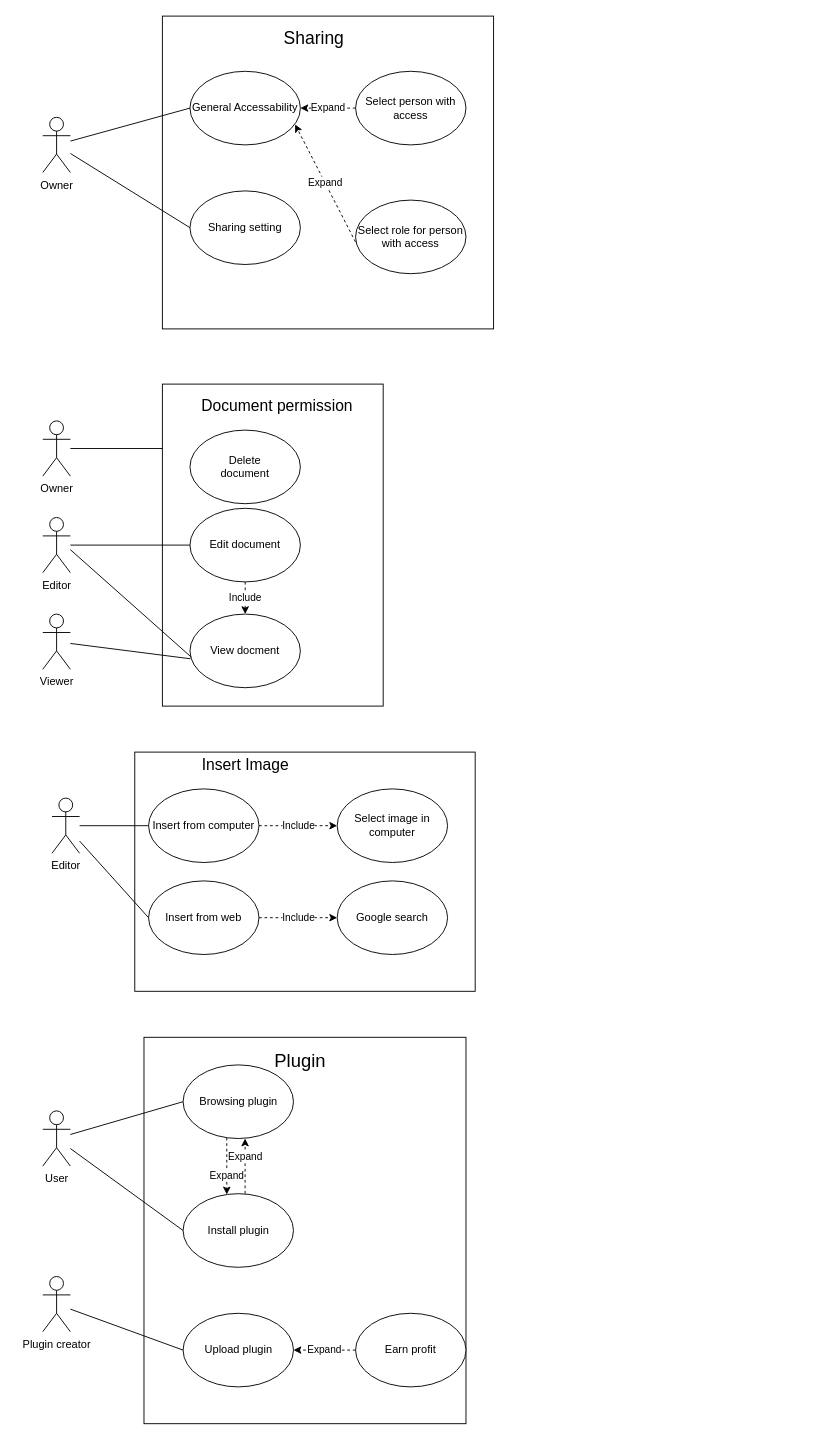
Before: docs.google.com.drawio in Keny7503/draw.io, a draw.io diagram. Source tidied: cells renumbered, new cells numbered last; positions are measured from the earlier drawing's top-left corner, leaving out a move shared by most shapes. Both pictures are drawn from the tidied source at 92%, with x=0, y=0 at pixel (42, 16).
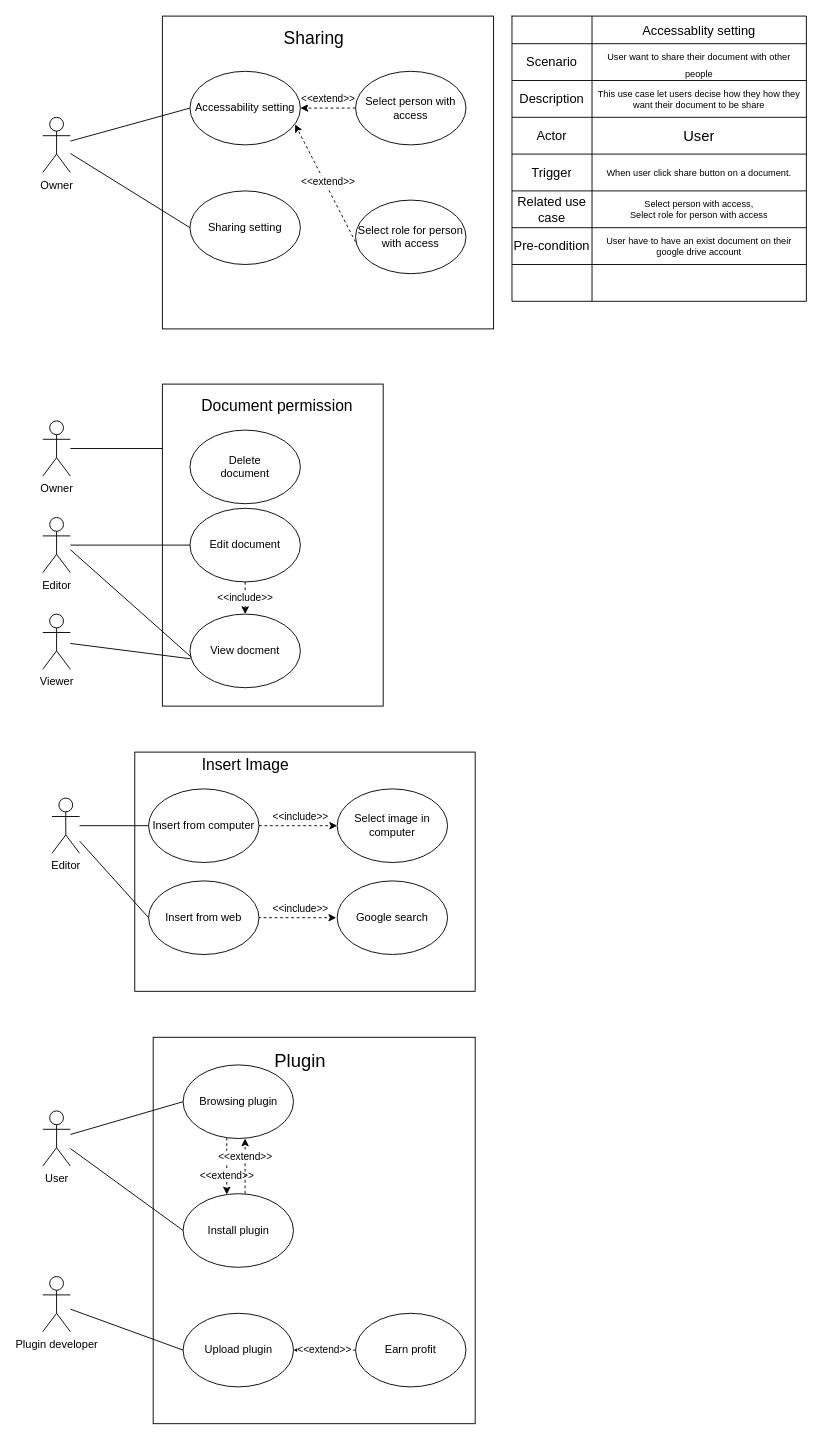
After the change.

The change refers to these unchanged cells:
```xml
<mxCell id="6" value="Select person with access" style="ellipse;whiteSpace=wrap;html=1;" parent="1" vertex="1">
  <mxGeometry x="340" y="60" width="120" height="80" as="geometry" />
</mxCell>
<mxCell id="12" value="Select role for person with access" style="ellipse;whiteSpace=wrap;html=1;" parent="1" vertex="1">
  <mxGeometry x="340" y="200" width="120" height="80" as="geometry" />
</mxCell>
<mxCell id="20" value="Edit document" style="ellipse;whiteSpace=wrap;html=1;" parent="1" vertex="1">
  <mxGeometry x="160" y="535" width="120" height="80" as="geometry" />
</mxCell>
<mxCell id="21" value="View docment" style="ellipse;whiteSpace=wrap;html=1;" parent="1" vertex="1">
  <mxGeometry x="160" y="650" width="120" height="80" as="geometry" />
</mxCell>
<mxCell id="30" value="Insert from computer" style="ellipse;whiteSpace=wrap;html=1;" parent="1" vertex="1">
  <mxGeometry x="115" y="840" width="120" height="80" as="geometry" />
</mxCell>
<mxCell id="31" value="Select image in computer" style="ellipse;whiteSpace=wrap;html=1;" parent="1" vertex="1">
  <mxGeometry x="320" y="840" width="120" height="80" as="geometry" />
</mxCell>
<mxCell id="33" value="Insert from web" style="ellipse;whiteSpace=wrap;html=1;" parent="1" vertex="1">
  <mxGeometry x="115" y="940" width="120" height="80" as="geometry" />
</mxCell>
<mxCell id="34" value="Google search" style="ellipse;whiteSpace=wrap;html=1;" parent="1" vertex="1">
  <mxGeometry x="320" y="940" width="120" height="80" as="geometry" />
</mxCell>
<mxCell id="41" value="Browsing plugin" style="ellipse;whiteSpace=wrap;html=1;" parent="1" vertex="1">
  <mxGeometry x="152.5" y="1140" width="120" height="80" as="geometry" />
</mxCell>
<mxCell id="43" value="Install plugin" style="ellipse;whiteSpace=wrap;html=1;" parent="1" vertex="1">
  <mxGeometry x="152.5" y="1280" width="120" height="80" as="geometry" />
</mxCell>
<mxCell id="45" value="Upload plugin" style="ellipse;whiteSpace=wrap;html=1;" parent="1" vertex="1">
  <mxGeometry x="152.5" y="1410" width="120" height="80" as="geometry" />
</mxCell>
<mxCell id="47" value="Earn profit" style="ellipse;whiteSpace=wrap;html=1;" parent="1" vertex="1">
  <mxGeometry x="340" y="1410" width="120" height="80" as="geometry" />
</mxCell>
```

Diff of the diagram source:
```diff
@@
-    <mxCell id="4" value="&lt;div&gt;General Accessability&lt;/div&gt;" style="ellipse;whiteSpace=wrap;html=1;" parent="1" vertex="1">
+    <mxCell id="4" value="&lt;div&gt;Accessability setting&lt;br&gt;&lt;/div&gt;" style="ellipse;whiteSpace=wrap;html=1;" parent="1" vertex="1">
       <mxGeometry x="160" y="60" width="120" height="80" as="geometry" />
     </mxCell>
-    <mxCell id="5" value="Expand" style="edgeStyle=orthogonalEdgeStyle;rounded=0;jettySize=auto;html=1;dashed=1;" parent="1" edge="1" source="6" target="4">
-      <mxGeometry relative="1" as="geometry" />
+    <mxCell id="5" value="&amp;lt;&amp;lt;extend&amp;gt;&amp;gt;" style="edgeStyle=orthogonalEdgeStyle;rounded=0;jettySize=auto;html=1;dashed=1;" parent="1" edge="1" source="6" target="4">
+      <mxGeometry y="-10" relative="1" as="geometry" />
     </mxCell>
@@
-    <mxCell id="13" value="Expand" style="endArrow=classic;html=1;rounded=0;exitX=-0.001;exitY=0.568;exitDx=0;exitDy=0;exitPerimeter=0;entryX=0.952;entryY=0.722;entryDx=0;entryDy=0;entryPerimeter=0;dashed=1;" parent="1" edge="1" source="12" target="4">
-      <mxGeometry relative="1" as="geometry" />
+    <mxCell id="13" value="&amp;lt;&amp;lt;extend&amp;gt;&amp;gt;" style="endArrow=classic;html=1;rounded=0;exitX=-0.001;exitY=0.568;exitDx=0;exitDy=0;exitPerimeter=0;entryX=0.952;entryY=0.722;entryDx=0;entryDy=0;entryPerimeter=0;dashed=1;" parent="1" edge="1" source="12" target="4">
+      <mxGeometry y="-3" relative="1" as="geometry" />
     </mxCell>
@@
-    <mxCell id="19" value="Include" style="edgeStyle=orthogonalEdgeStyle;rounded=0;jettySize=auto;html=1;dashed=1;" parent="1" edge="1" source="20" target="21">
+    <mxCell id="19" value="&amp;lt;&amp;lt;include&amp;gt;&amp;gt;" style="edgeStyle=orthogonalEdgeStyle;rounded=0;jettySize=auto;html=1;dashed=1;" parent="1" edge="1" source="20" target="21">
       <mxGeometry relative="1" as="geometry" />
     </mxCell>
@@
-    <mxCell id="29" value="Include" style="edgeStyle=orthogonalEdgeStyle;rounded=0;jettySize=auto;html=1;entryX=0;entryY=0.5;entryDx=0;entryDy=0;dashed=1;" parent="1" edge="1" source="30" target="31">
-      <mxGeometry relative="1" as="geometry" />
+    <mxCell id="29" value="&amp;lt;&amp;lt;include&amp;gt;&amp;gt;" style="edgeStyle=orthogonalEdgeStyle;rounded=0;jettySize=auto;html=1;entryX=0;entryY=0.5;entryDx=0;entryDy=0;dashed=1;" parent="1" edge="1" source="30" target="31">
+      <mxGeometry x="0.06" y="10" relative="1" as="geometry" />
     </mxCell>
@@
-    <mxCell id="32" value="Include" style="edgeStyle=orthogonalEdgeStyle;rounded=0;jettySize=auto;html=1;dashed=1;" parent="1" edge="1" source="33" target="34">
-      <mxGeometry relative="1" as="geometry" />
+    <mxCell id="32" value="&amp;lt;&amp;lt;include&amp;gt;&amp;gt;" style="edgeStyle=orthogonalEdgeStyle;rounded=0;orthogonalLoop=1;jettySize=auto;html=1;dashed=1;" parent="1" edge="1">
+      <mxGeometry x="0.08" y="10" relative="1" as="geometry">
+        <mxPoint x="234" y="980" as="sourcePoint" />
+        <mxPoint x="319" y="980" as="targetPoint" />
+      </mxGeometry>
     </mxCell>
@@
     <mxCell id="37" style="rounded=0;whiteSpace=wrap;html=1;" parent="1" vertex="1">
-      <mxGeometry x="110" y="1110" width="350" height="420" as="geometry" />
+      <mxGeometry x="120" y="1110" width="350" height="420" as="geometry" />
     </mxCell>
@@
-    <mxCell id="40" value="Expand" style="edgeStyle=orthogonalEdgeStyle;rounded=0;jettySize=auto;html=1;dashed=1;" parent="1" edge="1" source="41" target="43">
+    <mxCell id="40" value="&amp;lt;&amp;lt;extend&amp;gt;&amp;gt;" style="edgeStyle=orthogonalEdgeStyle;rounded=0;jettySize=auto;html=1;dashed=1;" parent="1" edge="1" source="41" target="43">
       <mxGeometry x="0.32" relative="1" as="geometry">
         <Array as="points">
           <mxPoint x="200" y="1250" />
           <mxPoint x="200" y="1250" />
         </Array>
       </mxGeometry>
     </mxCell>
@@
-    <mxCell id="42" value="Expand" style="edgeStyle=orthogonalEdgeStyle;rounded=0;orthogonalLoop=1;jettySize=auto;html=1;entryX=0.5;entryY=1;entryDx=0;entryDy=0;dashed=1;" parent="1" edge="1">
+    <mxCell id="42" value="&amp;lt;&amp;lt;extend&amp;gt;&amp;gt;" style="edgeStyle=orthogonalEdgeStyle;rounded=0;orthogonalLoop=1;jettySize=auto;html=1;entryX=0.5;entryY=1;entryDx=0;entryDy=0;dashed=1;" parent="1" edge="1">
       <mxGeometry x="0.33" relative="1" as="geometry">
         <mxPoint x="219.9" y="1280" as="sourcePoint" />
         <mxPoint x="219.9" y="1220" as="targetPoint" />
       </mxGeometry>
     </mxCell>
@@
-    <mxCell id="44" value="Plugin creator" style="shape=umlActor;verticalLabelPosition=bottom;verticalAlign=top;html=1;outlineConnect=0;" parent="1" vertex="1">
+    <mxCell id="44" value="Plugin developer" style="shape=umlActor;verticalLabelPosition=bottom;verticalAlign=top;html=1;outlineConnect=0;" parent="1" vertex="1">
       <mxGeometry y="1370" width="30" height="60" as="geometry" />
     </mxCell>
@@
-    <mxCell id="46" value="Expand" style="edgeStyle=orthogonalEdgeStyle;rounded=0;jettySize=auto;html=1;dashed=1;" parent="1" edge="1" source="47" target="45">
+    <mxCell id="46" value="&amp;lt;&amp;lt;extend&amp;gt;&amp;gt;" style="edgeStyle=orthogonalEdgeStyle;rounded=0;jettySize=auto;html=1;dashed=1;" parent="1" edge="1" source="47" target="45">
       <mxGeometry relative="1" as="geometry" />
     </mxCell>
@@
+    <mxCell id="51" style="shape=table;startSize=0;childLayout=tableLayout;fontSize=12;" parent="1" vertex="1">
+      <mxGeometry x="510" width="320" height="310" as="geometry" />
+    </mxCell>
+    <mxCell id="52" style="shape=tableRow;horizontal=0;startSize=0;swimlaneHead=0;swimlaneBody=0;strokeColor=inherit;top=0;left=0;bottom=0;right=0;fillColor=none;fontSize=16;" parent="51" vertex="1">
+      <mxGeometry width="320" height="30" as="geometry" />
+    </mxCell>
+    <mxCell id="53" style="shape=partialRectangle;html=1;whiteSpace=wrap;strokeColor=inherit;overflow=hidden;fillColor=none;top=0;left=0;bottom=0;right=0;fontSize=14;" parent="52" vertex="1">
+      <mxGeometry width="87" height="30" as="geometry" />
+    </mxCell>
+    <mxCell id="54" value="&lt;font style=&quot;font-size: 14px;&quot;&gt;Accessablity setting&lt;br&gt;&lt;/font&gt;" style="shape=partialRectangle;html=1;whiteSpace=wrap;strokeColor=inherit;overflow=hidden;fillColor=none;top=0;left=0;bottom=0;right=0;fontSize=16;" parent="52" vertex="1">
+      <mxGeometry x="87" width="233" height="30" as="geometry" />
+    </mxCell>
+    <mxCell id="55" style="shape=tableRow;horizontal=0;startSize=0;swimlaneHead=0;swimlaneBody=0;strokeColor=inherit;top=0;left=0;bottom=0;right=0;fillColor=none;fontSize=16;" parent="51" vertex="1">
+      <mxGeometry y="30" width="320" height="40" as="geometry" />
+    </mxCell>
+    <mxCell id="56" value="Scenario" style="shape=partialRectangle;html=1;whiteSpace=wrap;strokeColor=inherit;overflow=hidden;fillColor=none;top=0;left=0;bottom=0;right=0;fontSize=14;" parent="55" vertex="1">
+      <mxGeometry width="87" height="40" as="geometry" />
+    </mxCell>
+    <mxCell id="57" value="&lt;font size=&quot;1&quot;&gt;User want to share their document with other people&lt;br&gt;&lt;/font&gt;" style="shape=partialRectangle;html=1;whiteSpace=wrap;strokeColor=inherit;overflow=hidden;fillColor=none;top=0;left=0;bottom=0;right=0;fontSize=16;" parent="55" vertex="1">
+      <mxGeometry x="87" width="233" height="40" as="geometry" />
+    </mxCell>
+    <mxCell id="58" style="shape=tableRow;horizontal=0;startSize=0;swimlaneHead=0;swimlaneBody=0;strokeColor=inherit;top=0;left=0;bottom=0;right=0;fillColor=none;fontSize=16;" parent="51" vertex="1">
+      <mxGeometry y="70" width="320" height="40" as="geometry" />
+    </mxCell>
+    <mxCell id="59" value="Description" style="shape=partialRectangle;html=1;whiteSpace=wrap;strokeColor=inherit;overflow=hidden;fillColor=none;top=0;left=0;bottom=0;right=0;fontSize=14;" parent="58" vertex="1">
+      <mxGeometry width="87" height="40" as="geometry" />
+    </mxCell>
+    <mxCell id="60" value="This use case let users decise how they how they want their document to be share" style="shape=partialRectangle;html=1;whiteSpace=wrap;strokeColor=inherit;overflow=hidden;fillColor=none;top=0;left=0;bottom=0;right=0;fontSize=10;" parent="58" vertex="1">
+      <mxGeometry x="87" width="233" height="40" as="geometry" />
+    </mxCell>
+    <mxCell id="61" style="shape=tableRow;horizontal=0;startSize=0;swimlaneHead=0;swimlaneBody=0;strokeColor=inherit;top=0;left=0;bottom=0;right=0;fillColor=none;fontSize=16;" parent="51" vertex="1">
+      <mxGeometry y="110" width="320" height="40" as="geometry" />
+    </mxCell>
+    <mxCell id="62" value="Actor" style="shape=partialRectangle;html=1;whiteSpace=wrap;strokeColor=inherit;overflow=hidden;fillColor=none;top=0;left=0;bottom=0;right=0;fontSize=14;" parent="61" vertex="1">
+      <mxGeometry width="87" height="40" as="geometry" />
+    </mxCell>
+    <mxCell id="63" value="User" style="shape=partialRectangle;html=1;whiteSpace=wrap;strokeColor=inherit;overflow=hidden;fillColor=none;top=0;left=0;bottom=0;right=0;fontSize=16;" parent="61" vertex="1">
+      <mxGeometry x="87" width="233" height="40" as="geometry" />
+    </mxCell>
+    <mxCell id="64" style="shape=tableRow;horizontal=0;startSize=0;swimlaneHead=0;swimlaneBody=0;strokeColor=inherit;top=0;left=0;bottom=0;right=0;fillColor=none;fontSize=16;" parent="51" vertex="1">
+      <mxGeometry y="150" width="320" height="40" as="geometry" />
+    </mxCell>
+    <mxCell id="65" value="Trigger" style="shape=partialRectangle;html=1;whiteSpace=wrap;strokeColor=inherit;overflow=hidden;fillColor=none;top=0;left=0;bottom=0;right=0;fontSize=14;" parent="64" vertex="1">
+      <mxGeometry width="87" height="40" as="geometry" />
+    </mxCell>
+    <mxCell id="66" value="When user click share button on a document." style="shape=partialRectangle;html=1;whiteSpace=wrap;strokeColor=inherit;overflow=hidden;fillColor=none;top=0;left=0;bottom=0;right=0;fontSize=10;" parent="64" vertex="1">
+      <mxGeometry x="87" width="233" height="40" as="geometry" />
+    </mxCell>
+    <mxCell id="67" style="shape=tableRow;horizontal=0;startSize=0;swimlaneHead=0;swimlaneBody=0;strokeColor=inherit;top=0;left=0;bottom=0;right=0;fillColor=none;fontSize=16;" parent="51" vertex="1">
+      <mxGeometry y="190" width="320" height="40" as="geometry" />
+    </mxCell>
+    <mxCell id="68" value="Related use case" style="shape=partialRectangle;html=1;whiteSpace=wrap;strokeColor=inherit;overflow=hidden;fillColor=none;top=0;left=0;bottom=0;right=0;fontSize=14;" parent="67" vertex="1">
+      <mxGeometry width="87" height="40" as="geometry" />
+    </mxCell>
+    <mxCell id="69" value="&lt;div style=&quot;font-size: 10px;&quot;&gt;&lt;font style=&quot;font-size: 10px;&quot;&gt;Select person with access,&lt;/font&gt;&lt;/div&gt;&lt;div style=&quot;font-size: 10px;&quot;&gt;&lt;font style=&quot;font-size: 10px;&quot;&gt;Select role for person with access&lt;/font&gt;&lt;/div&gt;" style="shape=partialRectangle;html=1;whiteSpace=wrap;strokeColor=inherit;overflow=hidden;fillColor=none;top=0;left=0;bottom=0;right=0;fontSize=10;" parent="67" vertex="1">
+      <mxGeometry x="87" width="233" height="40" as="geometry" />
+    </mxCell>
+    <mxCell id="70" style="shape=tableRow;horizontal=0;startSize=0;swimlaneHead=0;swimlaneBody=0;strokeColor=inherit;top=0;left=0;bottom=0;right=0;fillColor=none;fontSize=13;" parent="51" vertex="1">
+      <mxGeometry y="230" width="320" height="40" as="geometry" />
+    </mxCell>
+    <mxCell id="71" value="Pre-condition" style="shape=partialRectangle;html=1;whiteSpace=wrap;strokeColor=inherit;overflow=hidden;fillColor=none;top=0;left=0;bottom=0;right=0;fontSize=14;" parent="70" vertex="1">
+      <mxGeometry width="87" height="40" as="geometry" />
+    </mxCell>
+    <mxCell id="72" value="User have to have an exist document on their google drive account" style="shape=partialRectangle;html=1;whiteSpace=wrap;strokeColor=inherit;overflow=hidden;fillColor=none;top=0;left=0;bottom=0;right=0;fontSize=10;" parent="70" vertex="1">
+      <mxGeometry x="87" width="233" height="40" as="geometry" />
+    </mxCell>
+    <mxCell id="73" style="shape=tableRow;horizontal=0;startSize=0;swimlaneHead=0;swimlaneBody=0;strokeColor=inherit;top=0;left=0;bottom=0;right=0;fillColor=none;fontSize=16;" parent="51" vertex="1">
+      <mxGeometry y="270" width="320" height="40" as="geometry" />
+    </mxCell>
+    <mxCell id="74" style="shape=partialRectangle;html=1;whiteSpace=wrap;strokeColor=inherit;overflow=hidden;fillColor=none;top=0;left=0;bottom=0;right=0;fontSize=14;" parent="73" vertex="1">
+      <mxGeometry width="87" height="40" as="geometry" />
+    </mxCell>
+    <mxCell id="75" style="shape=partialRectangle;html=1;whiteSpace=wrap;strokeColor=inherit;overflow=hidden;fillColor=none;top=0;left=0;bottom=0;right=0;fontSize=16;" parent="73" vertex="1">
+      <mxGeometry x="87" width="233" height="40" as="geometry" />
+    </mxCell>
```
